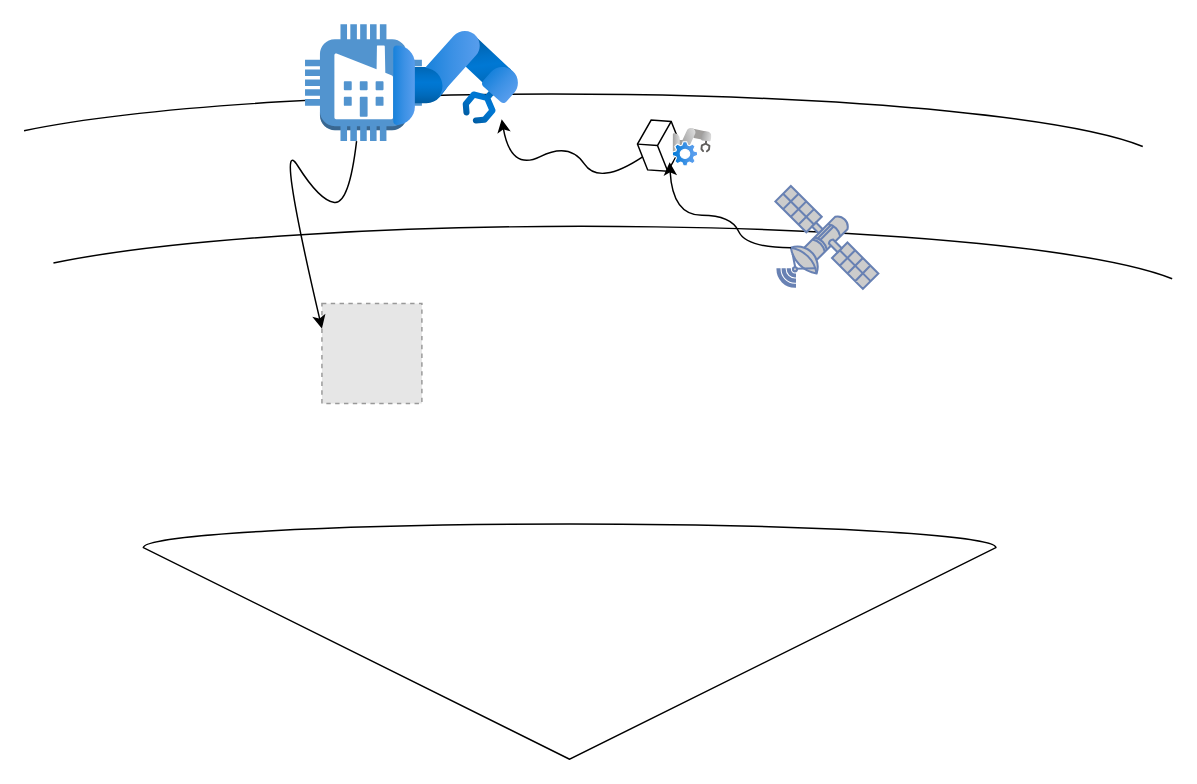
Above: sarec.drawio in JanThoemel/drawIO (draw.io), before the change. Source tidied: cells renumbered, new cells numbered last; positions are measured from the earlier drawing's top-left corner, leaving out a move shared by most shapes. Both pictures are drawn from the tidied source at 147%, with x=0, y=0 at pixel (143, -447). Pictures stored in the file or linked from it are replaced by grey dashed boxes.
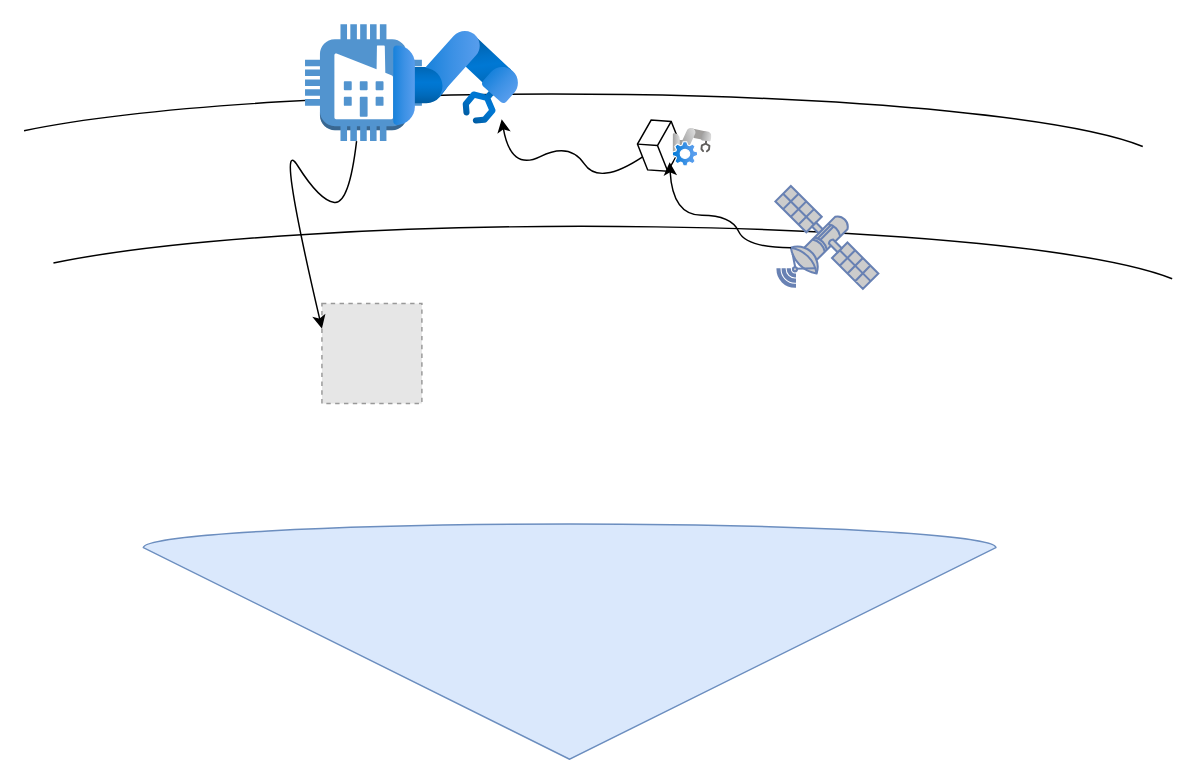
Above is the later version.

What changed in the source:
```diff
@@
-    <mxCell id="2" style="verticalLabelPosition=bottom;verticalAlign=top;html=1;shape=mxgraph.basic.cone2;dx=0.5;dy=0.9;rotation=-180;" parent="1" vertex="1">
+    <mxCell id="2" style="verticalLabelPosition=bottom;verticalAlign=top;html=1;shape=mxgraph.basic.cone2;dx=0.5;dy=0.9;rotation=-180;fillColor=#dae8fc;strokeColor=#6c8ebf;" parent="1" vertex="1">
       <mxGeometry y="660" width="580" height="160" as="geometry" />
     </mxCell>
```
